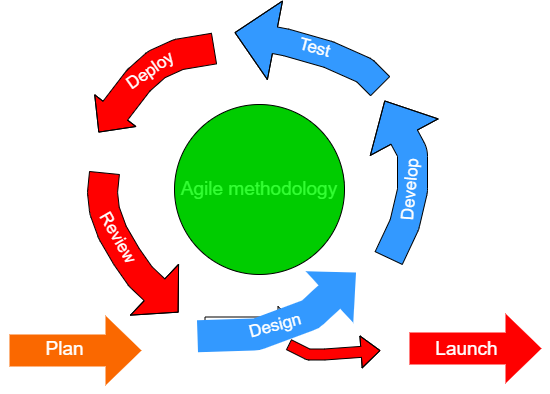
This is proposal/submission/sec01/stakeholder/diagram/agile.png from drshahizan/software-engineering, a draw.io export, as it was before one commit. Source tidied: cells renumbered, new cells last; positions are measured from the earlier drawing's top-left corner, leaving out a move shared by most shapes.
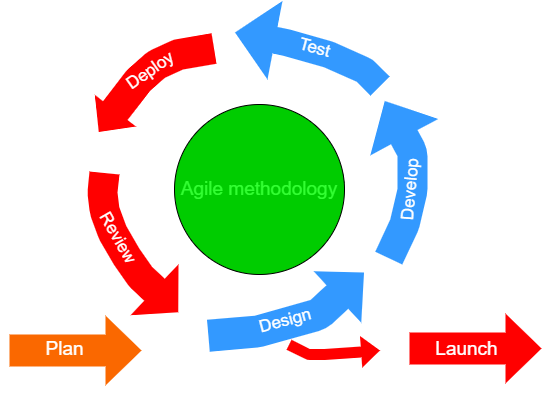
The same diagram one commit later.

Diff of the diagram source:
```diff
@@ -18,12 +18,6 @@
         <mxPoint x="206" y="2" as="offset" />
       </mxGeometry>
     </mxCell>
-    <mxCell id="5" style="shape=flexArrow;endArrow=classic;html=1;width=15;" parent="1" edge="1">
-      <mxGeometry relative="1" as="geometry">
-        <mxPoint x="204" y="292" as="sourcePoint" />
-        <mxPoint x="297" y="292" as="targetPoint" />
-      </mxGeometry>
-    </mxCell>
     <mxCell id="6" style="shape=flexArrow;endArrow=classic;rounded=1;shadow=0;strokeWidth=18;fontSize=19;fillColor=#FF0000;strokeColor=none;width=15;fontColor=none;noLabel=1;labelBackgroundColor=none;" parent="1" edge="1">
       <mxGeometry relative="1" as="geometry">
         <mxPoint x="400" y="316" as="sourcePoint" />
@@ -50,11 +44,11 @@
     </mxCell>
     <mxCell id="11" style="shape=flexArrow;endArrow=classic;rounded=1;shadow=0;strokeWidth=18;fontSize=19;fillColor=#3399FF;strokeColor=none;width=15;fontColor=none;noLabel=1;labelBackgroundColor=none;" parent="1" edge="1">
       <mxGeometry relative="1" as="geometry">
-        <mxPoint x="188" y="304" as="sourcePoint" />
-        <mxPoint x="362" y="234" as="targetPoint" />
+        <mxPoint x="199" y="304" as="sourcePoint" />
+        <mxPoint x="370" y="234" as="targetPoint" />
         <Array as="points">
-          <mxPoint x="256" y="302" />
-          <mxPoint x="310" y="282" />
+          <mxPoint x="257" y="299" />
+          <mxPoint x="318" y="282" />
         </Array>
       </mxGeometry>
     </mxCell>
@@ -63,7 +57,7 @@
         <mxPoint x="20" y="-10" as="offset" />
       </mxGeometry>
     </mxCell>
-    <mxCell id="13" style="shape=flexArrow;endArrow=classic;html=1;fontColor=#33FF33;fillColor=#3399FF;width=30;endWidth=46;endSize=13.37;" parent="1" edge="1">
+    <mxCell id="13" style="shape=flexArrow;endArrow=classic;html=1;fontColor=#33FF33;fillColor=#3399FF;width=30;endWidth=46;endSize=13.37;strokeColor=none;" parent="1" edge="1">
       <mxGeometry relative="1" as="geometry">
         <mxPoint x="388" y="226" as="sourcePoint" />
         <mxPoint x="384" y="68" as="targetPoint" />
@@ -79,7 +73,7 @@
         <mxPoint x="10" y="4" as="offset" />
       </mxGeometry>
     </mxCell>
-    <mxCell id="15" style="shape=flexArrow;endArrow=classic;html=1;fontSize=17;fontColor=#FFFFFF;fillColor=#3399FF;width=27;endWidth=52;endSize=13.23;" parent="1" edge="1">
+    <mxCell id="15" style="shape=flexArrow;endArrow=classic;html=1;fontSize=17;fontColor=#FFFFFF;fillColor=#3399FF;width=27;endWidth=52;endSize=13.23;strokeColor=none;" parent="1" edge="1">
       <mxGeometry relative="1" as="geometry">
         <mxPoint x="380" y="54" as="sourcePoint" />
         <mxPoint x="234" as="targetPoint" />
@@ -95,7 +89,7 @@
         <mxPoint x="14" y="12" as="offset" />
       </mxGeometry>
     </mxCell>
-    <mxCell id="17" style="shape=flexArrow;endArrow=classic;html=1;fontSize=17;fontColor=#FFFFFF;fillColor=#FF0000;width=31;endSize=8.68;" parent="1" edge="1">
+    <mxCell id="17" style="shape=flexArrow;endArrow=classic;html=1;fontSize=17;fontColor=#FFFFFF;fillColor=#FF0000;width=31;endSize=8.68;strokeColor=none;" parent="1" edge="1">
       <mxGeometry relative="1" as="geometry">
         <mxPoint x="214" y="16" as="sourcePoint" />
         <mxPoint x="98" y="100" as="targetPoint" />
@@ -111,7 +105,7 @@
         <mxPoint x="22" y="-20" as="offset" />
       </mxGeometry>
     </mxCell>
-    <mxCell id="19" style="shape=flexArrow;endArrow=classic;html=1;fontSize=17;fontColor=#FFFFFF;fillColor=#FF0000;endWidth=39;endSize=10.52;width=30;" parent="1" edge="1">
+    <mxCell id="19" style="shape=flexArrow;endArrow=classic;html=1;fontSize=17;fontColor=#FFFFFF;fillColor=#FF0000;endWidth=39;endSize=10.52;width=30;strokeColor=none;" parent="1" edge="1">
       <mxGeometry relative="1" as="geometry">
         <mxPoint x="104" y="140" as="sourcePoint" />
         <mxPoint x="178" y="280" as="targetPoint" />
@@ -129,7 +123,7 @@
         <mxPoint x="22" y="18" as="offset" />
       </mxGeometry>
     </mxCell>
-    <mxCell id="21" style="shape=flexArrow;endArrow=classic;html=1;fontSize=17;fontColor=#FFFFFF;fillColor=#FF0000;width=11;" parent="1" edge="1">
+    <mxCell id="21" style="shape=flexArrow;endArrow=classic;html=1;fontSize=17;fontColor=#FFFFFF;fillColor=#FF0000;width=11;strokeColor=none;" parent="1" edge="1">
       <mxGeometry relative="1" as="geometry">
         <mxPoint x="288" y="312" as="sourcePoint" />
         <mxPoint x="380" y="318" as="targetPoint" />
```
